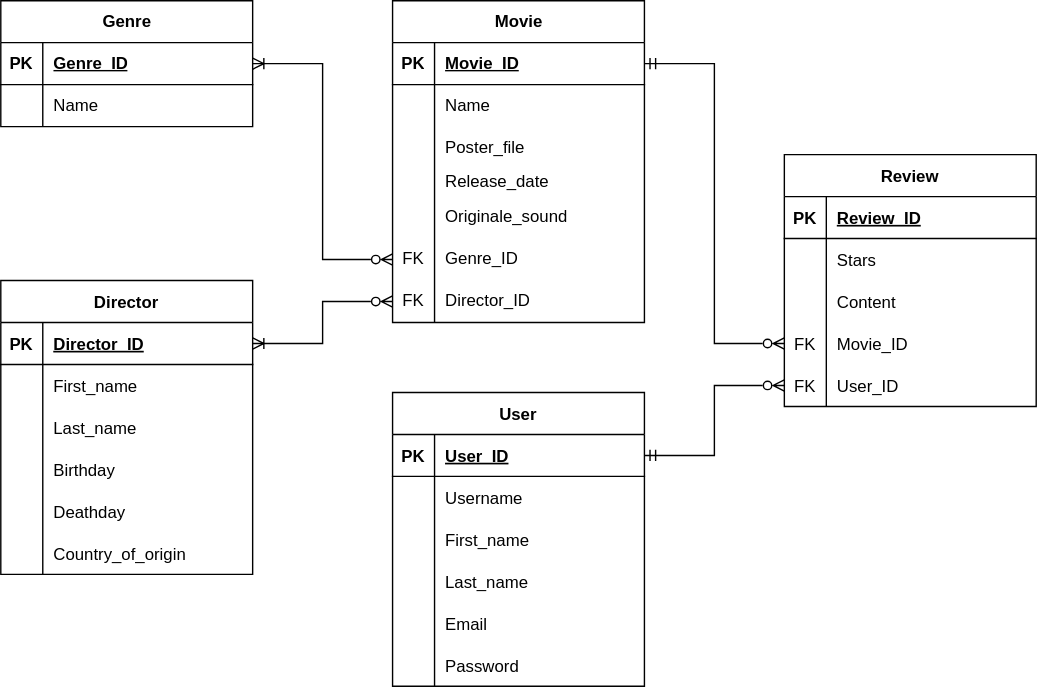
Above: docs/review.drawio.svg in MichaelGloessl04/movie-review (draw.io), before the change. Source tidied: cells renumbered, new cells last; positions are measured from the earlier drawing's top-left corner, leaving out a move shared by most shapes.
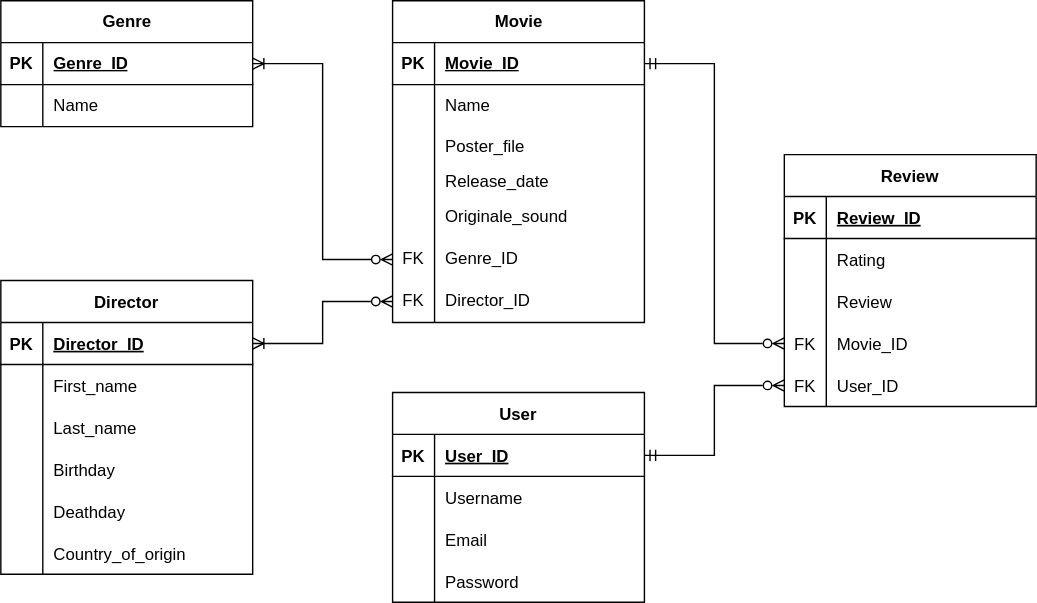
Later version of the same file.

What changed in the source:
```diff
@@ -164,7 +164,7 @@
     <mxCell id="55" style="shape=partialRectangle;fillColor=none;top=0;left=0;bottom=0;right=0;overflow=hidden;" parent="54" vertex="1">
       <mxGeometry width="30" height="30" as="geometry" />
     </mxCell>
-    <mxCell id="56" value="Stars" style="shape=partialRectangle;fillColor=none;top=0;left=0;bottom=0;right=0;align=left;spacingLeft=6;overflow=hidden;" parent="54" vertex="1">
+    <mxCell id="56" value="Rating" style="shape=partialRectangle;fillColor=none;top=0;left=0;bottom=0;right=0;align=left;spacingLeft=6;overflow=hidden;" parent="54" vertex="1">
       <mxGeometry x="30" width="150" height="30" as="geometry" />
     </mxCell>
     <mxCell id="57" style="shape=tableRow;horizontal=0;startSize=0;swimlaneHead=0;swimlaneBody=0;fillColor=none;top=0;left=0;right=0;bottom=0;" parent="50" vertex="1">
@@ -173,7 +173,7 @@
     <mxCell id="58" style="shape=partialRectangle;fillColor=none;top=0;left=0;bottom=0;right=0;overflow=hidden;" parent="57" vertex="1">
       <mxGeometry width="30" height="30" as="geometry" />
     </mxCell>
-    <mxCell id="59" value="Content" style="shape=partialRectangle;fillColor=none;top=0;left=0;bottom=0;right=0;align=left;spacingLeft=6;overflow=hidden;" parent="57" vertex="1">
+    <mxCell id="59" value="Review" style="shape=partialRectangle;fillColor=none;top=0;left=0;bottom=0;right=0;align=left;spacingLeft=6;overflow=hidden;" parent="57" vertex="1">
       <mxGeometry x="30" width="150" height="30" as="geometry" />
     </mxCell>
     <mxCell id="60" style="shape=tableRow;horizontal=0;startSize=0;swimlaneHead=0;swimlaneBody=0;fillColor=none;points=[[0,0.5],[1,0.5]];portConstraint=eastwest;top=0;left=0;right=0;bottom=0;" parent="50" vertex="1">
@@ -195,7 +195,7 @@
       <mxGeometry x="30" width="150" height="30" as="geometry" />
     </mxCell>
     <mxCell id="66" value="User" style="shape=table;startSize=30;rowLines=0;fontStyle=1;align=center;" parent="1" vertex="1">
-      <mxGeometry x="280" y="280" width="180" height="210" as="geometry" />
+      <mxGeometry x="280" y="280" width="180" height="150" as="geometry" />
     </mxCell>
     <mxCell id="67" style="shape=tableRow;horizontal=0;startSize=0;swimlaneHead=0;swimlaneBody=0;fillColor=none;points=[[0,0.5],[1,0.5]];portConstraint=eastwest;top=0;left=0;right=0;bottom=1;" parent="66" vertex="1">
       <mxGeometry y="30" width="180" height="30" as="geometry" />
@@ -215,26 +215,8 @@
     <mxCell id="72" value="Username" style="shape=partialRectangle;fillColor=none;top=0;left=0;bottom=0;right=0;align=left;spacingLeft=6;overflow=hidden;" parent="70" vertex="1">
       <mxGeometry x="30" width="150" height="30" as="geometry" />
     </mxCell>
-    <mxCell id="73" style="shape=tableRow;horizontal=0;startSize=0;swimlaneHead=0;swimlaneBody=0;fillColor=none;top=0;left=0;right=0;bottom=0;" parent="66" vertex="1">
-      <mxGeometry y="90" width="180" height="30" as="geometry" />
-    </mxCell>
-    <mxCell id="74" style="shape=partialRectangle;fillColor=none;top=0;left=0;bottom=0;right=0;overflow=hidden;" parent="73" vertex="1">
-      <mxGeometry width="30" height="30" as="geometry" />
-    </mxCell>
-    <mxCell id="75" value="First_name" style="shape=partialRectangle;fillColor=none;top=0;left=0;bottom=0;right=0;align=left;spacingLeft=6;overflow=hidden;" parent="73" vertex="1">
-      <mxGeometry x="30" width="150" height="30" as="geometry" />
-    </mxCell>
-    <mxCell id="76" style="shape=tableRow;horizontal=0;startSize=0;swimlaneHead=0;swimlaneBody=0;fillColor=none;top=0;left=0;right=0;bottom=0;" parent="66" vertex="1">
-      <mxGeometry y="120" width="180" height="30" as="geometry" />
-    </mxCell>
-    <mxCell id="77" style="shape=partialRectangle;fillColor=none;top=0;left=0;bottom=0;right=0;overflow=hidden;" parent="76" vertex="1">
-      <mxGeometry width="30" height="30" as="geometry" />
-    </mxCell>
-    <mxCell id="78" value="Last_name" style="shape=partialRectangle;fillColor=none;top=0;left=0;bottom=0;right=0;align=left;spacingLeft=6;overflow=hidden;" parent="76" vertex="1">
-      <mxGeometry x="30" width="150" height="30" as="geometry" />
-    </mxCell>
     <mxCell id="79" style="shape=tableRow;horizontal=0;startSize=0;swimlaneHead=0;swimlaneBody=0;fillColor=none;top=0;left=0;right=0;bottom=0;" parent="66" vertex="1">
-      <mxGeometry y="150" width="180" height="30" as="geometry" />
+      <mxGeometry y="90" width="180" height="30" as="geometry" />
     </mxCell>
     <mxCell id="80" style="shape=partialRectangle;fillColor=none;top=0;left=0;bottom=0;right=0;overflow=hidden;" parent="79" vertex="1">
       <mxGeometry width="30" height="30" as="geometry" />
@@ -243,7 +225,7 @@
       <mxGeometry x="30" width="150" height="30" as="geometry" />
     </mxCell>
     <mxCell id="82" style="shape=tableRow;horizontal=0;startSize=0;swimlaneHead=0;swimlaneBody=0;fillColor=none;top=0;left=0;right=0;bottom=0;" parent="66" vertex="1">
-      <mxGeometry y="180" width="180" height="30" as="geometry" />
+      <mxGeometry y="120" width="180" height="30" as="geometry" />
     </mxCell>
     <mxCell id="83" style="shape=partialRectangle;fillColor=none;top=0;left=0;bottom=0;right=0;overflow=hidden;" parent="82" vertex="1">
       <mxGeometry width="30" height="30" as="geometry" />
```
